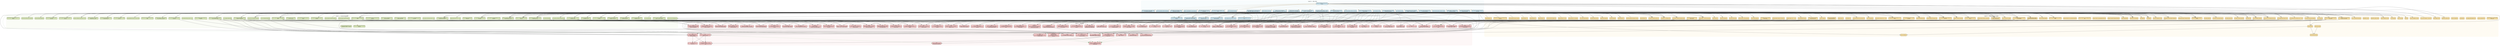
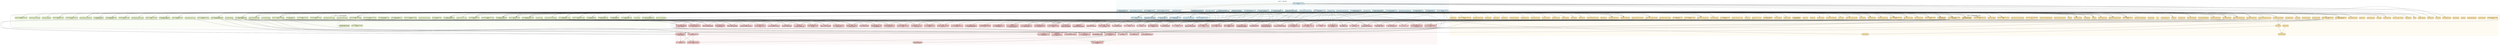
digraph audit_dependency_graph {
  rankdir=TB;
  splines=true;
  overlap=false;
  ranksep=1.2;
  nodesep=0.35;
  node [shape=box, style="filled,rounded", fontname="Helvetica", fontsize=9];
  edge [fontname="Helvetica", fontsize=7];
  subgraph cluster_L0 {
    label="Layer 0 — Raw data";
    style="rounded,filled"; color="#d0e8f288"; fillcolor="#d0e8f222";
    "L0:data.2023_statement_of_vote" [label="2023 Statement of Vote", fillcolor="#d0e8f2"];
    "L0:data.2015_statement_of_vote" [label="2015 Statement of Vote", fillcolor="#d0e8f2"];
    "L0:data.commission_final_report_2026" [label="2026 commission final report (majority +\nminority + chair addendum)", fillcolor="#d0e8f2"];
    "L0:data.commission_final_report_2017" [label="2017 commission final report", fillcolor="#d0e8f2"];
    "L0:data.commission_map_pngs" [label="Commission map PNGs (majority + minority,\nCalgary/Edmonton/overview/other cities)", fillcolor="#d0e8f2"];
    "L0:data.2019_ed_shapefile" [label="2019 Alberta electoral-division shapefile\n(87 EDs, Bill 33 enacted)", fillcolor="#d0e8f2"];
    "L0:data.2023_va_shapefile" [label="2023 Voting-Area polygon shapefile (4,765\nVAs)", fillcolor="#d0e8f2"];
    "L0:data.2021_das_gpkg" [label="2021 Dissemination-Area cartographic\nboundaries", fillcolor="#d0e8f2"];
    "L0:data.2021_csds_gpkg" [label="2021 Census Sub-Division cartographic\nboundaries", fillcolor="#d0e8f2"];
    "L0:data.2021_da_populations" [label="2021 DA populations (98-401-X2021006)", fillcolor="#d0e8f2"];
    "L0:data.2021_csd_populations" [label="2021 CSD populations (98-401-X2021005)", fillcolor="#d0e8f2"];
    "L0:data.statscan_1710000901" [label="StatsCan Table 17-10-0009 quarterly\npopulation estimates", fillcolor="#d0e8f2"];
    "L0:data.cochrane_journey_to_work" [label="StatsCan Table 98-10-0459 journey-to-work\n(Cochrane CSD)", fillcolor="#d0e8f2"];
    "L0:data.tbf_population_estimates" [label="Alberta TBF / Economic Dashboard\npopulation estimates", fillcolor="#d0e8f2"];
    "L0:data.338canada_snapshots" [label="338Canada Alberta per-riding projections\n(87-seat) + historical snapshots", fillcolor="#d0e8f2"];
    "L0:data.calgary_wards_geojson" [label="Calgary wards GeoJSON (14 ward polygons)", fillcolor="#d0e8f2"];
    "L0:data.submission_archive" [label="Commission public submissions archive\n(~1,340 submissions)", fillcolor="#d0e8f2"];
    "L0:data.commission_published_populations" [label="Commission-published per-ED populations\n(majority App A + minority App E)", fillcolor="#d0e8f2"];
    "L0:data.commission_rationales" [label="Commission minority rationale text\n(Appendix E prose)", fillcolor="#d0e8f2"];
    "L0:data.2019_ed_populations" [label="2019 ED populations (Appendix C legal\nbaseline)", fillcolor="#d0e8f2"];
    "L0:data.2019_election_results" [label="2019 Alberta provincial election results\n(attributed to 2019 EDs)", fillcolor="#d0e8f2"];
    "L0:data.2015_election_results" [label="2015 Alberta provincial election results", fillcolor="#d0e8f2"];
    "L0:data.byelections_2019_2026" [label="Alberta byelections 2019-2026", fillcolor="#d0e8f2"];
    "L0:data.commission_rationales_text" [label="2015-to-2019 boundary crosswalk (partial)", fillcolor="#d0e8f2"];
    "L0:data.commission_r5_addendum" [label="Chair Miller's Recommendation 5 (Majority\nReport addendum)", fillcolor="#d0e8f2"];
    "L0:data.news_coverage_april_2026" [label="News coverage of April 16, 2026 government\naction (CBC / Calgary Journal / Rimbey)", fillcolor="#d0e8f2"];
    "L0:data.ref_saskatchewan_1991" [label="Reference re Provincial Electoral\nBoundaries (Saskatchewan) [1991] 2 SCR 158", fillcolor="#d0e8f2"];
    "L0:data.electoral_boundaries_act" [label="Alberta Electoral Boundaries Commission\nAct (s.12, s.15, s.21)", fillcolor="#d0e8f2"];
    "L0:data.rizzo_rizzo_1998" [label="Rizzo & Rizzo Shoes Ltd. (Re) [1998] 1 SCR\n27 (purposive interpretation)", fillcolor="#d0e8f2"];
    "L0:data.338_historical_snapshots_dir" [label="338Canada pre-2023 reallocated snapshot\nCSVs", fillcolor="#d0e8f2"];
    "L0:data.school_division_boundaries" [label="Alberta Education school-division\nboundaries (R5 / R11 cross-reference)", fillcolor="#d0e8f2"];
    "L0:doc.frozen_manifest" [label="FROZEN_MANIFEST.md (reproducibility\nmanifest)", fillcolor="#d0e8f2"];
  }
  subgraph cluster_L1 {
    label="Layer 1 — Constructed data";
    style="rounded,filled"; color="#ddebbd88"; fillcolor="#ddebbd22";
    "L1:constructed.dpg_v0_1_canonical" [label="v0_1 canonical DPGs (majority + minority,\ntier-A/B/C hybrid)", fillcolor="#ddebbd"];
    "L1:constructed.dpg_v0_2_topoclean" [label="v0_2 topology-cleaned DPGs", fillcolor="#ddebbd"];
    "L1:constructed.dpg_v0_3_swept" [label="v0_3 pop-swept DPGs", fillcolor="#ddebbd"];
    "L1:constructed.dpg_v0_4_municipal" [label="v0_4 municipal-anchored DPGs", fillcolor="#ddebbd"];
    "L1:constructed.dpg_v0_5_da_anchored" [label="v0_5 DA-anchored DPGs", fillcolor="#ddebbd"];
    "L1:constructed.approximate_eds" [label="Approximate majority / minority 2026 EDs\n(direct-polygon tier)", fillcolor="#ddebbd"];
    "L1:constructed.refined_eds_v6" [label="Refined v6 majority / minority polygons\n(shape refinement chain)", fillcolor="#ddebbd"];
    "L1:constructed.derived_v7_eds" [label="Derived v7 minority / majority 2026 ED\npolygons", fillcolor="#ddebbd"];
    "L1:constructed.composite_eds" [label="Composite majority / minority polygons\n(v0_1 workflow precursor)", fillcolor="#ddebbd"];
    "L1:constructed.crosswalk_majority_full" [label="Majority 88-row full crosswalk (2019 →\n2026 EDs)", fillcolor="#ddebbd"];
    "L1:constructed.crosswalk_minority_full" [label="Minority 88-row full crosswalk (2019 →\n2026 EDs)", fillcolor="#ddebbd"];
    "L1:constructed.crosswalk_majority_hybrid" [label="Majority hybrid crosswalk (urban-weighted\nblend)", fillcolor="#ddebbd"];
    "L1:constructed.crosswalk_minority_hybrid" [label="Minority hybrid crosswalk (urban-weighted\nblend)", fillcolor="#ddebbd"];
    "L1:constructed.va_substrate_elecday" [label="VA vote substrate — Election-Day-only\n(pre-splat)", fillcolor="#ddebbd"];
    "L1:constructed.va_substrate_full" [label="VA vote substrate — full (election-day +\nadvance-vote splatted)", fillcolor="#ddebbd"];
    "L1:constructed.va_pop_from_das" [label="VA-level 2021 DA-weighted population", fillcolor="#ddebbd"];
    "L1:constructed.polls_2023_unified" [label="2023 polls unified (per-poll vote totals)", fillcolor="#ddebbd"];
    "L1:constructed.advance_vote_diag" [label="Advance-vote splat diagnostics", fillcolor="#ddebbd"];
    "L1:constructed.mcmc_ensemble_10k" [label="10k preliminary ReCom ensemble samples", fillcolor="#ddebbd"];
    "L1:constructed.mcmc_ensemble_100k" [label="100k publication-grade ReCom ensemble\nsamples + percentiles", fillcolor="#ddebbd"];
    "L1:constructed.mcmc_real_map_scores" [label="Real-map scores under ensemble baselines\n(v0_1/v2/full/full_100k)", fillcolor="#ddebbd"];
    "L1:constructed.mcmc_multichain" [label="3-chain ReCom multi-seed ensemble + R-hat\ndiagnostic", fillcolor="#ddebbd"];
    "L1:constructed.phase4b_pops" [label="Phase 4B per-2026-ED 2021 census\npopulations (majority + minority)", fillcolor="#ddebbd"];
    "L1:constructed.phase4c_votes" [label="Phase 4C per-2026-ED 2023 vote totals\n(centroid)", fillcolor="#ddebbd"];
    "L1:constructed.phase4c_votes_maup_v1" [label="Phase 4C MAUP-v1 area-weighted vote totals\n(v0_1 DPG)", fillcolor="#ddebbd"];
    "L1:constructed.phase4c_votes_maup_v2" [label="Phase 4C MAUP-v2 vote totals (on v0_2\ntopology-clean DPG)", fillcolor="#ddebbd"];
    "L1:constructed.phase4c_votes_maup_v05" [label="Phase 4C MAUP-v3 vote totals (on v0_5\nDA-anchored DPG)", fillcolor="#ddebbd"];
    "L1:constructed.phase4b_v05_pops" [label="Phase 4B v0_5 populations (DA-anchored\nDPG)", fillcolor="#ddebbd"];
    "L1:constructed.phase4f_validation" [label="Phase 4F validation deltas (commission vs\nPhase 4B)", fillcolor="#ddebbd"];
    "L1:constructed.phase4bcdef_summary" [label="Phase 4B/C/D/E/F execution summary JSON", fillcolor="#ddebbd"];
    "L1:constructed.va_to_2026_assignments" [label="VA-to-2026-ED assignments (centroid +\nMAUP)", fillcolor="#ddebbd"];
    "L1:constructed.phase4c_maup_summary" [label="Phase 4C MAUP summary JSON\n(v0_1/v0_2/v0_5)", fillcolor="#ddebbd"];
    "L1:constructed.municipal_anchoring_summary" [label="Municipal anchoring summary (v0_4)", fillcolor="#ddebbd"];
    "L1:constructed.da_anchoring_summary" [label="DA boundary anchoring summary (v0_5)", fillcolor="#ddebbd"];
    "L1:constructed.topology_cleanup_log" [label="Topology cleanup log (v0_1 → v0_2)", fillcolor="#ddebbd"];
    "L1:constructed.dpg_perturbation_flat" [label="DPG perturbation samples (flat ±500m)", fillcolor="#ddebbd"];
    "L1:constructed.dpg_perturbation_tiered" [label="DPG perturbation samples (tier-aware)", fillcolor="#ddebbd"];
    "L1:constructed.dpg_perturbation_tight" [label="DPG perturbation samples (tight\ntier-aware)", fillcolor="#ddebbd"];
    "L1:constructed.dpg_perturbation_v05" [label="DPG perturbation samples (v0_5 DA-anchored\nsubstrate)", fillcolor="#ddebbd"];
    "L1:constructed.compactness_scores" [label="Polsby-Popper compactness scores (v0_1 +\nrefined)", fillcolor="#ddebbd"];
    "L1:constructed.chen_rodden" [label="Chen-Rodden decomposition (pairwise +\nabsolute)", fillcolor="#ddebbd"];
    "L1:constructed.cross_election_asymmetry" [label="Cross-election asymmetry tables (3-way\n2015/2019/2023)", fillcolor="#ddebbd"];
    "L1:constructed.rural_gap_summary" [label="Rural gap dissection — smallest-10\nmajority/minority EDs", fillcolor="#ddebbd"];
    "L1:constructed.symmetry_counter_test" [label="Majority-symmetry counter-test (Edmonton\nzones + 4-way city splits)", fillcolor="#ddebbd"];
    "L1:constructed.csd_splits" [label="CSD community-of-interest splits", fillcolor="#ddebbd"];
    "L1:constructed.submission_search_results" [label="Submission archive keyword-search dataset\n+ findings", fillcolor="#ddebbd"];
    "L1:constructed.boundary_refinement_impact" [label="Boundary refinement impact CSVs (v2–v6)", fillcolor="#ddebbd"];
    "L1:constructed.338canada_reallocated" [label="338Canada reallocated to 2026 EDs\n(majority + minority)", fillcolor="#ddebbd"];
    "L1:constructed.canadian_base_rate" [label="Canadian redistribution base-rate\ncomparator (n=6)", fillcolor="#ddebbd"];
    "L1:constructed.marginal_seats" [label="Marginal-seats per-ED margins +\nuniform-swing flips", fillcolor="#ddebbd"];
    "L1:constructed.hybrid_adjacency" [label="Hybrid adjacent VAs (inter-ED boundary VA\nmapping)", fillcolor="#ddebbd"];
    "L1:constructed.tier_c_reference" [label="Tier-C parent-union reference + sweep\nsummary", fillcolor="#ddebbd"];
    "L1:constructed.max_dpi_extract" [label="Max-DPI commission-map extractions\n(bottleneck audit)", fillcolor="#ddebbd"];
  }
  subgraph cluster_L2 {
    label="Layer 2 — Measurement scripts";
    style="rounded,filled"; color="#fce4a788"; fillcolor="#fce4a722";
    "L2:derive_boundaries" [label="Shape derivation v7 (minority 89-ED\nderived set)", fillcolor="#fce4a7"];
    "L2:_fetch_osm_natural" [label="_fetch_osm_natural", fillcolor="#fce4a7"];
    "L2:advance_vote_sensitivity" [label="advance_vote_sensitivity", fillcolor="#fce4a7"];
    "L2:annotate_ensemble_seats_chart" [label="annotate_ensemble_seats_chart", fillcolor="#fce4a7"];
    "L2:article_figures" [label="article_figures", fillcolor="#fce4a7"];
    "L2:assignment_prep" [label="Phase 4C preparation", fillcolor="#fce4a7"];
    "L2:build_academic_html" [label="Build academic HTML", fillcolor="#fce4a7"];
+     "L2:build_academic_pdf" [label="build_academic_pdf", fillcolor="#fce4a7"];
    "L2:build_cover" [label="Build cover page", fillcolor="#fce4a7"];
    "L2:build_pdf" [label="Build PDF", fillcolor="#fce4a7"];
    "L2:check_voice_and_readability" [label="Voice and readability checker", fillcolor="#fce4a7"];
    "L2:chen_rodden_decomposition" [label="chen_rodden_decomposition", fillcolor="#fce4a7"];
    "L2:core_retention" [label="core_retention", fillcolor="#fce4a7"];
    "L2:cross_election" [label="cross_election", fillcolor="#fce4a7"];
    "L2:dependency_graph_build" [label="dependency_graph_build", fillcolor="#fce4a7"];
    "L2:dependency_graph_render" [label="dependency_graph_render", fillcolor="#fce4a7"];
    "L2:dependency_query" [label="dependency_query", fillcolor="#fce4a7"];
    "L2:electoral_forensics_population" [label="Electoral forensics — population equality\n(A1/A2/A2b)", fillcolor="#fce4a7"];
    "L2:extended_partisan_metrics" [label="extended_partisan_metrics", fillcolor="#fce4a7"];
    "L2:historical_eg_baseline" [label="historical_eg_baseline", fillcolor="#fce4a7"];
+     "L2:intermap_permutation_test" [label="intermap_permutation_test", fillcolor="#fce4a7"];
+     "L2:joint_outlier_score_canonical" [label="joint_outlier_score_canonical", fillcolor="#fce4a7"];
    "L2:mcmc_ensemble" [label="mcmc_ensemble", fillcolor="#fce4a7"];
+     "L2:mcmc_ensemble_canonical" [label="mcmc_ensemble_canonical", fillcolor="#fce4a7"];
    "L2:monte_carlo_ci" [label="v0_3 Monte Carlo CI (B-family 2000-sample\nsensitivity)", fillcolor="#fce4a7"];
    "L2:municipal_anchoring_2019_baseline" [label="municipal_anchoring_2019_baseline", fillcolor="#fce4a7"];
    "L2:municipal_splits" [label="municipal_splits", fillcolor="#fce4a7"];
    "L2:packing_cracking_analysis" [label="v0_2 packing/cracking analysis (symmetric\n3-map B2/B3/B4)", fillcolor="#fce4a7"];
    "L2:parse_2015_results" [label="Parse 2015 Statement of Vote", fillcolor="#fce4a7"];
    "L2:score_anchoring" [label="score_anchoring", fillcolor="#fce4a7"];
    "L2:score_hybridization" [label="score_hybridization", fillcolor="#fce4a7"];
    "L2:score_natural_anchoring" [label="score_natural_anchoring", fillcolor="#fce4a7"];
    "L2:seats_at_50_50_regional" [label="seats_at_50_50_regional", fillcolor="#fce4a7"];
+     "L2:simulation_convergence_diagnostics" [label="simulation_convergence_diagnostics", fillcolor="#fce4a7"];
    "L2:simulation_multichain_ensemble" [label="simulation_multichain_ensemble", fillcolor="#fce4a7"];
    "L2:simulation_short_bursts" [label="simulation_short_bursts", fillcolor="#fce4a7"];
    "L2:submission_search" [label="Submission archive keyword search", fillcolor="#fce4a7"];
+     "L2:submission_sentiment_llm_full" [label="submission_sentiment_llm_full", fillcolor="#fce4a7"];
+     "L2:szat" [label="szat", fillcolor="#fce4a7"];
    "L2:third_party_sensitivity" [label="third_party_sensitivity", fillcolor="#fce4a7"];
    "L2:v0_1_2015_cross_election" [label="2015 cross-election extension", fillcolor="#fce4a7"];
    "L2:v0_1_338canada_historical" [label="338Canada historical-snapshot reallocation", fillcolor="#fce4a7"];
    "L2:v0_1_338canada_reallocate" [label="338Canada reallocation (majority +\nminority)", fillcolor="#fce4a7"];
    "L2:v0_1_338canada_scraper" [label="338Canada scraper (87-seat per-riding)", fillcolor="#fce4a7"];
    "L2:v0_1_a1_legal_baseline_2021_census" [label="A1 legal-baseline against 2019 EDs + 2021\ncensus", fillcolor="#fce4a7"];
    "L2:v0_1_advance_vote_splat" [label="Advance-vote splat (apportion\nVote-Anywhere to VAs)", fillcolor="#fce4a7"];
    "L2:v0_1_airdrie_overlap_diagnostic" [label="Airdrie overlap diagnostic", fillcolor="#fce4a7"];
    "L2:v0_1_approximate_shape_analysis" [label="Approximate shape analysis", fillcolor="#fce4a7"];
    "L2:v0_1_assignment_va_attribution" [label="Phase 4C centroid-in-polygon attribution", fillcolor="#fce4a7"];
    "L2:v0_1_assignment_va_attribution_maup" [label="Phase 4C MAUP-v1 area-weighted attribution", fillcolor="#fce4a7"];
    "L2:v0_1_assignment_va_attribution_maup_v2" [label="Phase 4C MAUP-v2 on v0_2 topology-clean\nDPG", fillcolor="#fce4a7"];
    "L2:v0_1_assignment_va_attribution_maup_v3_v05" [label="Phase 4C MAUP-v3 on v0_5 DA-anchored DPG", fillcolor="#fce4a7"];
    "L2:v0_1_build_canonical_shapefiles" [label="Build canonical shapefiles (v0_1 canonical\nDPGs)", fillcolor="#fce4a7"];
    "L2:v0_1_build_composite_shapefiles" [label="Build composite shapefiles", fillcolor="#fce4a7"];
    "L2:v0_1_build_full_crosswalks" [label="Build 88-row full crosswalks", fillcolor="#fce4a7"];
    "L2:v0_1_build_overlay_figures" [label="Overlay figures v1", fillcolor="#fce4a7"];
    "L2:v0_1_canadian_base_rate_compute" [label="Canadian base-rate comparator compute", fillcolor="#fce4a7"];
    "L2:v0_1_canadian_base_rate_recalibrate" [label="Canadian base-rate recalibration\n(circular-inclusion fix)", fillcolor="#fce4a7"];
    "L2:v0_1_chen_rodden_alberta" [label="Chen-Rodden Alberta validation\n(neutral-ensemble decomposition)", fillcolor="#fce4a7"];
    "L2:v0_1_chen_rodden_decomposition" [label="Chen-Rodden pairwise + absolute\ndecomposition", fillcolor="#fce4a7"];
    "L2:v0_1_cross_election_rural_baseline" [label="Cross-election rural-baseline drift", fillcolor="#fce4a7"];
    "L2:v0_1_csd_community_splits" [label="CSD community-of-interest split analysis", fillcolor="#fce4a7"];
    "L2:v0_1_da_boundary_anchoring" [label="DA-boundary anchoring (v0_4 → v0_5)", fillcolor="#fce4a7"];
    "L2:v0_1_dpg_perturbation_sensitivity" [label="DPG perturbation sensitivity (flat ±500m)", fillcolor="#fce4a7"];
    "L2:v0_1_dpg_perturbation_sensitivity_v05" [label="DPG perturbation sensitivity (v0_5\nDA-anchored)", fillcolor="#fce4a7"];
    "L2:v0_1_dpg_perturbation_sensitivity_v2" [label="DPG perturbation sensitivity (tier-aware)", fillcolor="#fce4a7"];
    "L2:v0_1_dpg_perturbation_writeup" [label="DPG perturbation writeup generator", fillcolor="#fce4a7"];
    "L2:v0_1_edmonton_beaumont_polygon" [label="Edmonton-Beaumont polygon trace", fillcolor="#fce4a7"];
    "L2:v0_1_edmonton_beaumont_split" [label="Edmonton-Beaumont split", fillcolor="#fce4a7"];
    "L2:v0_1_generate_article_figures" [label="Article figures v3", fillcolor="#fce4a7"];
    "L2:v0_1_generate_overlay_figures" [label="Overlay figures v2", fillcolor="#fce4a7"];
    "L2:v0_1_generate_topological_boundaries" [label="Build canonical shapefiles v2\n(post-shape-refinement)", fillcolor="#fce4a7"];
    "L2:v0_1_justification_tests" [label="Justification tests (blended-crosswalk\nsanity)", fillcolor="#fce4a7"];
    "L2:v0_1_majority_symmetry_counter_test" [label="Majority-symmetry counter-test", fillcolor="#fce4a7"];
    "L2:v0_1_marginal_seats_analysis" [label="Marginal-seats + uniform-swing analysis", fillcolor="#fce4a7"];
    "L2:v0_1_max_dpi_extract" [label="Max-DPI extraction from commission PDF", fillcolor="#fce4a7"];
    "L2:v0_1_max_dpi_inspect" [label="Max-DPI inspection", fillcolor="#fce4a7"];
    "L2:v0_1_mcmc_ensemble" [label="10k ReCom ensemble (preliminary)", fillcolor="#fce4a7"];
    "L2:v0_1_mcmc_ensemble_100k" [label="100k ReCom ensemble (publication-grade)", fillcolor="#fce4a7"];
    "L2:v0_1_mcmc_full_coverage_rescore" [label="Full-coverage MCMC rescore", fillcolor="#fce4a7"];
    "L2:v0_1_mcmc_full_coverage_rescore_100k" [label="Full-coverage MCMC rescore (100k)", fillcolor="#fce4a7"];
    "L2:v0_1_mcmc_full_coverage_rescore_v2" [label="Full-coverage MCMC rescore v2 (spatial\nsubstrate)", fillcolor="#fce4a7"];
    "L2:v0_1_municipal_anchoring" [label="Municipal-boundary anchoring (v0_2 → v0_4)", fillcolor="#fce4a7"];
    "L2:v0_1_overlap_zone_diagnostic" [label="Overlap-zone diagnostic", fillcolor="#fce4a7"];
    "L2:v0_1_phase_4bcdef_execution" [label="Phase 4B/C/D/E/F execution pipeline", fillcolor="#fce4a7"];
    "L2:v0_1_phase_4bf_v05" [label="Phase 4B+4F execution on v0_5 DA-anchored\nsubstrate", fillcolor="#fce4a7"];
    "L2:v0_1_plan_b_rerun" [label="Plan-B population rerun (2021 census /\n2024 OSI / 2025 TBF)", fillcolor="#fce4a7"];
    "L2:v0_1_poll_attribution_skeleton" [label="Poll-to-VA attribution skeleton", fillcolor="#fce4a7"];
    "L2:v0_1_refine_boundaries" [label="Shape refinement v6", fillcolor="#fce4a7"];
    "L2:v0_1_rural_gap_dissection" [label="Rural gap dissection", fillcolor="#fce4a7"];
    "L2:v0_1_shape_refinement" [label="Shape refinement v1", fillcolor="#fce4a7"];
    "L2:v0_1_shape_refinement_v2" [label="Shape refinement v2", fillcolor="#fce4a7"];
    "L2:v0_1_shape_refinement_v3" [label="Shape refinement v3", fillcolor="#fce4a7"];
    "L2:v0_1_shape_refinement_v4" [label="Shape refinement v4", fillcolor="#fce4a7"];
    "L2:v0_1_shape_refinement_v5" [label="Shape refinement v5", fillcolor="#fce4a7"];
    "L2:v0_1_shape_refinement_v6_processors" [label="Shape refinement v6 processors", fillcolor="#fce4a7"];
    "L2:v0_1_shape_refinement_v6_writer" [label="Shape refinement v6 writer", fillcolor="#fce4a7"];
    "L2:v0_1_simulation_multichain_ensemble" [label="Multi-chain MCMC (3-seed R-hat)", fillcolor="#fce4a7"];
    "L2:v0_1_submission_ocr" [label="Submission OCR", fillcolor="#fce4a7"];
    "L2:v0_1_submission_ocr_analyze" [label="Submission OCR analyze", fillcolor="#fce4a7"];
    "L2:v0_1_tier_c_crops" [label="Tier-C crop generation", fillcolor="#fce4a7"];
    "L2:v0_1_topology_cleanup" [label="Topology cleanup (v0_1 → v0_2)", fillcolor="#fce4a7"];
    "L2:v0_1_track_l_drift" [label="Track-L population-drift analysis", fillcolor="#fce4a7"];
    "L2:v0_1_url_archival" [label="URL archival (Wayback + archive.ph)", fillcolor="#fce4a7"];
  }
  subgraph cluster_L3 {
    label="Layer 3 — Findings";
    style="rounded,filled"; color="#f2c6c688"; fillcolor="#f2c6c622";
    "L3:finding.a1_mad_majority_3180" [label="§5.1.1\nA1 — Majority 2026 MAD = 3,180", fillcolor="#f2c6c6"];
    "L3:finding.a1_mad_minority_4707" [label="§5.1.1\nA1 — Minority 2026 MAD = 4,707\n(48% wider than majority)", fillcolor="#f2c6c6"];
    "L3:finding.a1_positive_tail_minority" [label="§5.1.1\nA1 — Minority has 5 EDs above +15%\nfrom mean (majority has 0)", fillcolor="#f2c6c6"];
    "L3:finding.a1_plan_b_robustness" [label="§5.1.1\nA1 — All §5.1 verdicts identical\nunder 2021 census / 2024 OSI / 2025 TBF\nbases", fillcolor="#f2c6c6"];
    "L3:finding.a2_calgary_majority_0_36" [label="§5.1.2\nA2 — Majority Calgary Zone A-vs-B\ngap = +0.36%", fillcolor="#f2c6c6"];
    "L3:finding.a2_calgary_minority_12_20" [label="§5.1.2\nA2 — Minority Calgary Zone A-vs-B\ngap = +12.20%", fillcolor="#f2c6c6"];
    "L3:finding.a2_calgary_minority_robustness_7_71" [label="§5.1.2\nA2 — Minority Calgary gap 7.71%\nunder 2023-winner-based rule (G4\nrobustness)", fillcolor="#f2c6c6"];
    "L3:finding.a2b_rural_minority_smaller" [label="§5.1.3\nA2b — Minority rest-of-province\nmean 50,336 (3.9% lower than majority)", fillcolor="#f2c6c6"];
    "L3:finding.a3_s15_2_all_pass" [label="§5.1.4\nA3 — All 6 s.15(2) invocations\npass the 3-of-5 statutory threshold under\ncorrected thresholds", fillcolor="#f2c6c6"];
    "L3:finding.a3_rmh_banff_engineered" [label="§5.1.4/5.3.3\nEngineered-boundary\nsignature: RMH-Banff Park (park extension\nchosen over populated alternatives)", fillcolor="#f2c6c6"];
    "L3:finding.b2_eg_2019_minus_2_64" [label="§5.2.1\nB2 — 2019 baseline efficiency gap\n= −2.64%", fillcolor="#f2c6c6"];
    "L3:finding.b2_eg_majority_minus_1_29" [label="§5.2.1\nB2 — Majority 2026 efficiency gap\n= −1.29% (central w=0.85)", fillcolor="#f2c6c6"];
    "L3:finding.b2_eg_minority_minus_2_71" [label="§5.2.1\nB2 — Minority 2026 efficiency gap\n= −2.71% (central w=0.85)", fillcolor="#f2c6c6"];
    "L3:finding.b2_asymmetry_minus_1_42" [label="§5.2.1\nB2 — Minority-majority EG\nasymmetry = −1.42 pp at central weight\n(crosswalk reading)", fillcolor="#f2c6c6"];
    "L3:finding.b2_eg_sensitivity_range_0_49_1_50" [label="§5.2.2\nB2 — Sensitivity range 0.49–1.50\npp across urban weights 0.60-0.90", fillcolor="#f2c6c6"];
    "L3:finding.b2_canadian_base_rate_67th" [label="§5.2.1\nCanadian redistribution base-rate\n— Alberta 2025-26 at 67th percentile of\nn=6 comparator", fillcolor="#f2c6c6"];
    "L3:finding.b3_mean_median_majority" [label="§5.2.1\nB3 — Majority 2026 mean-median gap\n= −0.16 pp", fillcolor="#f2c6c6"];
    "L3:finding.b3_mean_median_minority" [label="§5.2.1\nB3 — Minority 2026 mean-median gap\n= −0.34 pp", fillcolor="#f2c6c6"];
    "L3:finding.b4_seats_at_50_majority" [label="§5.2.1\nB4 — Majority 2026 NDP seats at\n50/50 uniform swing = 44", fillcolor="#f2c6c6"];
    "L3:finding.b4_seats_at_50_minority" [label="§5.2.1\nB4 — Minority 2026 NDP seats at\n50/50 = 42", fillcolor="#f2c6c6"];
    "L3:finding.b6_declination_minority_lowest" [label="§5.2.4\nB6 — Declination shows minority is\nleast UCP-favourable (disagrees with\nB2/B3/B4)", fillcolor="#f2c6c6"];
    "L3:finding.b2_monte_carlo_ci_crosses_zero" [label="§5.2.3\nB2 — 95% Monte Carlo CI [−3.04,\n+0.76] pp (crosses zero); 90.5% same sign", fillcolor="#f2c6c6"];
    "L3:finding.b2_reversal_2019_votes" [label="§5.2.3\nB2 — Direction flips to +0.75 pp\nunder 2019 votes; near-zero under 2015\nvotes", fillcolor="#f2c6c6"];
    "L3:finding.b_338_direction_state_dependent" [label="§5.2.3\nB-family — 1-seat gap direction is\nstate-dependent (UCP-landslide flips it)", fillcolor="#f2c6c6"];
    "L3:finding.b_byelection_assessment" [label="§5.2.3\nB — Byelection coverage too sparse\n+ candidate-specific to enter RT3 (6 of 87\nEDs)", fillcolor="#f2c6c6"];
    "L3:finding.b2_chen_rodden_direction_validated" [label="§5.2.5\nChen-Rodden direction prediction\nvalidates for Alberta (2019 baseline at\ncentre of neutral distribution)", fillcolor="#f2c6c6"];
    "L3:finding.b2_chen_rodden_mechanism_fails" [label="§5.2.5\nChen-Rodden mechanism prediction\nfails: UCP is the more-packed party (15.9%\nvs 9.3% surplus)", fillcolor="#f2c6c6"];
    "L3:finding.b2_chen_rodden_pairwise_100_drawing" [label="§5.2.5\nChen-Rodden pairwise decomposition\n— minority-vs-majority gap is 100%\ndrawing, 0% geography", fillcolor="#f2c6c6"];
    "L3:finding.b2_chen_rodden_absolute_draw_components" [label="§5.2.5\nAbsolute Chen-Rodden EG drawing\ncomponents: 2019 −4.12, Majority −3.81,\nMinority +0.34 pp", fillcolor="#f2c6c6"];
    "L3:finding.b2_chen_rodden_minority_seats_5_75" [label="§5.2.5\nMinority adds +5.75 pp NDP\nresponsiveness at 50/50 via asymmetric\ndrawing", fillcolor="#f2c6c6"];
    "L3:finding.b_marginal_seats_1_5pp_swing" [label="§5.2.6\n1.5 pp uniform swing flips 6 seats\ntoward UCP + 4 toward NDP on 2023 results", fillcolor="#f2c6c6"];
    "L3:finding.b_marginal_seats_14_of_87" [label="§5.2.6\n14 of 87 ridings within 3 pp\ntwo-party margin in 2023", fillcolor="#f2c6c6"];
    "L3:finding.b2_crosswalk_reading" [label="§5.2.7\nCrosswalk reading —\nminority-majority asymmetry = −1.42 pp\n(minority more UCP-favourable)", fillcolor="#f2c6c6"];
    "L3:finding.b2_spatial_reading_positive_4_15" [label="§5.2.7\nHigh-resolution spatial reading —\nasymmetry = +4.15 pp (minority more\nNDP-favourable)", fillcolor="#f2c6c6"];
    "L3:finding.b2_maup_v1_topology_artefact" [label="§5.2.7\nMAUP-v1 −1.12 pp → +3.35 pp under\ntopology cleanup (artefact exposed)", fillcolor="#f2c6c6"];
    "L3:finding.b2_topology_cleanup_overlap_km2" [label="§5.2.7\nTopology cleanup — 2,754 km²\nmajority / 16,734 km² minority inter-ED\noverlap (96 pairs)", fillcolor="#f2c6c6"];
    "L3:finding.b2_perturbation_flat_ci" [label="§5.2.7\nDPG perturbation flat-±500m 90% CI\n[+1.69, +7.67] pp (200/200 positive)", fillcolor="#f2c6c6"];
    "L3:finding.b2_perturbation_tiered_ci" [label="§5.2.7\nDPG perturbation tier-aware 90% CI\n[+2.76, +7.62] pp (200/200 positive)", fillcolor="#f2c6c6"];
    "L3:finding.b2_perturbation_tight_ci" [label="§5.2.7\nDPG perturbation tight tier-aware\n90% CI [+2.89, +6.48] pp", fillcolor="#f2c6c6"];
    "L3:finding.b2_v05_signflip" [label="§5.2.7\nv0_5 DA-anchored MAUP rerun — sign\nflip to −3.64 pp (DPG-construction\ndominant)", fillcolor="#f2c6c6"];
    "L3:finding.b2_dpi_ceiling" [label="§5.2.7\nCommission-map DPI ceiling —\nnative 300-388 DPI is bottleneck, not scan\nresolution", fillcolor="#f2c6c6"];
    "L3:finding.b2_core_margin_insulation" [label="§5.2.7\nCore-vs-Margin insulation test —\ndisagreement is systematic, not a swing-VA\nartefact", fillcolor="#f2c6c6"];
    "L3:finding.packing_minority_calgary_zone_a" [label="§5.3.1\nPacking signature detected —\nMinority Calgary Zone A (P1/P2/P3 pass)", fillcolor="#f2c6c6"];
    "L3:finding.packing_not_majority_calgary" [label="§5.3.1\nPacking signature NOT detected on\nmajority Calgary (P1 fails)", fillcolor="#f2c6c6"];
    "L3:finding.cracking_minority_airdrie" [label="§5.3.2\nCracking signature detected —\nMinority Airdrie 4-way split (C1/C2/C3\npass)", fillcolor="#f2c6c6"];
    "L3:finding.cracking_cochrane_c3_fails" [label="§5.3.2\nCochrane cracking-adjacent: C1/C2\npass, C3 fails (pattern but not formal\nsignature)", fillcolor="#f2c6c6"];
    "L3:finding.signatures_summary_three_minority" [label="§5.3.4\nThree formal signatures, all\nconcentrated in minority map (majority\ndetects zero)", fillcolor="#f2c6c6"];
    "L3:finding.mcmc_minority_mean_median_p95" [label="§5.4\nMinority 2026 at p95.35 on\nmean-median (UCP-favoured tail,\nESS-downgraded)", fillcolor="#f2c6c6"];
    "L3:finding.mcmc_minority_declination_p1_6" [label="§5.4\nMinority 2026 at p1.6 on declination\n(NDP-favoured tail)", fillcolor="#f2c6c6"];
    "L3:finding.mcmc_structural_floor" [label="§5.4\nEnsemble median mean-median =\n−0.019, seats-at-50/50 = 0.448 —\nstructural UCP floor", fillcolor="#f2c6c6"];
    "L3:finding.mcmc_multichain_rhat" [label="§5.4\nMulti-chain R-hat < 1.01 on 3/4\nmetrics, 1.0099 on mean-median (strict\npublication-grade)", fillcolor="#f2c6c6"];
    "L3:finding.mcmc_ess_150_downgrade" [label="§5.4\nTail claims downgraded — ESS ~150\nper metric bounds p100/p1.6 to p95.35/p2.5", fillcolor="#f2c6c6"];
    "L3:finding.mcmc_10k_flag_retraction" [label="§5.4\n10k-era 2019 mean-median + Majority\nseats-at-50/50 flags retracted under\nfull-coverage rescore", fillcolor="#f2c6c6"];
    "L3:finding.checklist_minority_3_sig_plus_mcmc" [label="§5.5\nPre-registered checklist — minority\nhas 3 signatures + MCMC outlier; majority\nhas 0", fillcolor="#f2c6c6"];
    "L3:finding.checklist_neither_crosses_sure_sign" [label="§5.5\nNeither 2026 map crosses the\nsure-sign-gerrymander bar", fillcolor="#f2c6c6"];
    "L3:finding.symmetry_edmonton_no_zone_gap" [label="§5.6\nSymmetry counter-test 1 — Edmonton\nzone gap (+2.0 pp maj / +1.4 pp min) <<\nCalgary 12.2 pp", fillcolor="#f2c6c6"];
    "L3:finding.symmetry_lethbridge_red_deer_4way" [label="§5.6\nSymmetry counter-test 2 — Lethbridge\n+ Red Deer 4-way splits found in minority,\n2-way in majority", fillcolor="#f2c6c6"];
    "L3:finding.rt2_b_family_three_of_four" [label="§5.7\nRT2 — B2/B3/B4 agree on direction;\nB6 declination opposes (mixed pass)", fillcolor="#f2c6c6"];
    "L3:finding.rt7_flag_pass_minority_only" [label="§5.7\nRT7 — MCMC outlier flag-pass on\nminority only", fillcolor="#f2c6c6"];
    "L3:finding.c_visual_three_anomalies_minority" [label="§5.8.1/5.8.2\nThree visible spatial\nanomalies on minority\n(Nolan-Hill-Cochrane, RMH-Banff Park,\nOlds-TH-D)", fillcolor="#f2c6c6"];
    "L3:finding.c_majority_calgary_symmetric" [label="§5.8.3\nMajority Calgary hybrids — no\nvisible anomaly (symmetric check)", fillcolor="#f2c6c6"];
    "L3:finding.c4_csd_splits_null_symmetric" [label="§5.8.4\nCSD-level split count — null\nsymmetric across three maps (40-66 splits\neach)", fillcolor="#f2c6c6"];
    "L3:finding.c5_municipal_anchoring_asymmetry" [label="§5.8.5\nMunicipal-anchoring — majority\n71.0% vs minority 14.5% (4.9× asymmetry)", fillcolor="#f2c6c6"];
    "L3:finding.c5_da_anchoring_extension" [label="§5.8.5\nDA-anchoring extension — combined\n79.6% majority vs 16.5% minority (5.1×\nasymmetry preserved)", fillcolor="#f2c6c6"];
    "L3:finding.c_shared_schools_refuted" [label="§5.8.5\nShared-schools\ncommunity-of-interest claim refuted (R5 +\nR11); 20 of 21 minority hybrids cross\nschool-division boundaries", fillcolor="#f2c6c6"];
    "L3:finding.c_cochrane_commuter_partial" [label="§5.8.5\nCochrane commuter-tie — partial\nsupport (35.8% commute to Calgary CY;\nsub-neighbourhood not testable)", fillcolor="#f2c6c6"];
    "L3:finding.d_commission_3_2_split" [label="§5.9.1\nCommission tabled divided final\nreport (3-2, chair + opposition-nominated\nmajority)", fillcolor="#f2c6c6"];
    "L3:finding.d_motion_19_passed" [label="§5.9.2\nMotion 19 passed 44-36 on April\n16, 2026 — Select Committee established,\nno public hearings on draft", fillcolor="#f2c6c6"];
    "L3:finding.d_r5_chair_only_not_majority" [label="§5.9.2\nR5 is chair Miller's personal\nrecommendation, not commission-majority\ncollective", fillcolor="#f2c6c6"];
    "L3:finding.d_motion_19_most_gov_controlled" [label="§5.9.3\nApril 16 action is most\ngovernment-controlled among 3 Canadian\ncomparator cases", fillcolor="#f2c6c6"];
    "L3:finding.d2_chair_claim_partially_refuted" [label="§5.9.4\nChair's 'no public support'\nAppendix C claim partially refuted\n(RMH-Banff, ODH, Chestermere)", fillcolor="#f2c6c6"];
    "L3:finding.d2_airdrie_nolan_hill_no_support" [label="§5.9.4\nChair claim stands for Airdrie\n4-way + Nolan-Hill-Cochrane (no public\nsupport)", fillcolor="#f2c6c6"];
    "L3:finding.d5_effective_representation_not_adjudicated" [label="§5.9.5\nReference re Saskatchewan\neffective-representation frame set out but\nnot adjudicated", fillcolor="#f2c6c6"];
    "L3:finding.synthesis_six_dimensions" [label="§6\nSynthesis — six independent dimensions\npoint same direction (minority more\nUCP-favorable)", fillcolor="#f2c6c6"];
  }
  "L2:_fetch_osm_natural" -> "L2:score_natural_anchoring" [style=solid, color="#333333"];
+   "L0:doc.frozen_manifest" -> "L2:build_academic_pdf" [style=solid, color="#333333"];
  "L1:constructed.mcmc_ensemble_100k" -> "L2:chen_rodden_decomposition" [style=solid, color="#333333"];
  "L0:data.2019_ed_shapefile" -> "L2:core_retention" [style=solid, color="#333333"];
  "L0:data.2019_ed_shapefile" -> "L2:cross_election" [style=solid, color="#333333"];
  "L0:data.2019_election_results" -> "L2:cross_election" [style=solid, color="#333333"];
  "L0:data.2015_election_results" -> "L2:cross_election" [style=solid, color="#333333"];
  "L0:data.commission_rationales_text" -> "L2:cross_election" [style=solid, color="#333333"];
  "L0:doc.frozen_manifest" -> "L2:dependency_graph_build" [style=solid, color="#333333"];
  "L1:constructed.mcmc_ensemble_100k" -> "L2:extended_partisan_metrics" [style=solid, color="#333333"];
  "L0:data.2023_statement_of_vote" -> "L2:historical_eg_baseline" [style=solid, color="#333333"];
  "L0:data.2015_statement_of_vote" -> "L2:historical_eg_baseline" [style=solid, color="#333333"];
  "L1:constructed.va_substrate_elecday" -> "L2:mcmc_ensemble" [style=solid, color="#333333"];
  "L0:data.2019_ed_shapefile" -> "L2:municipal_anchoring_2019_baseline" [style=solid, color="#333333"];
  "L0:data.2021_csds_gpkg" -> "L2:municipal_anchoring_2019_baseline" [style=solid, color="#333333"];
  "L0:data.2021_csds_gpkg" -> "L2:municipal_splits" [style=solid, color="#333333"];
  "L2:score_anchoring" -> "L2:score_hybridization" [style=solid, color="#333333"];
  "L2:municipal_anchoring_2019_baseline" -> "L2:score_anchoring" [style=solid, color="#333333"];
  "L0:data.2021_csds_gpkg" -> "L2:score_anchoring" [style=solid, color="#333333"];
  "L0:data.2021_csds_gpkg" -> "L2:score_hybridization" [style=solid, color="#333333"];
  "L2:score_anchoring" -> "L2:score_natural_anchoring" [style=solid, color="#333333"];
  "L0:data.2019_election_results" -> "L2:seats_at_50_50_regional" [style=solid, color="#333333"];
  "L1:constructed.va_substrate_elecday" -> "L2:simulation_multichain_ensemble" [style=solid, color="#333333"];
  "L1:constructed.va_pop_from_das" -> "L2:simulation_multichain_ensemble" [style=solid, color="#333333"];
  "L0:data.commission_published_populations" -> "L2:electoral_forensics_population" [style=solid, color="#333333"];
  "L0:data.2023_statement_of_vote" -> "L2:packing_cracking_analysis" [style=solid, color="#333333"];
  "L1:constructed.crosswalk_majority_hybrid" -> "L2:packing_cracking_analysis" [style=solid, color="#333333"];
  "L1:constructed.crosswalk_minority_hybrid" -> "L2:packing_cracking_analysis" [style=solid, color="#333333"];
  "L0:data.2023_statement_of_vote" -> "L2:monte_carlo_ci" [style=solid, color="#333333"];
  "L1:constructed.crosswalk_majority_hybrid" -> "L2:monte_carlo_ci" [style=solid, color="#333333"];
  "L1:constructed.crosswalk_minority_hybrid" -> "L2:monte_carlo_ci" [style=solid, color="#333333"];
  "L0:data.2023_va_shapefile" -> "L2:v0_1_mcmc_ensemble" [style=solid, color="#333333"];
  "L1:constructed.va_pop_from_das" -> "L2:v0_1_mcmc_ensemble" [style=solid, color="#333333"];
  "L2:v0_1_mcmc_ensemble" -> "L1:constructed.mcmc_ensemble_10k" [style=solid, color="#333333"];
  "L0:data.2023_va_shapefile" -> "L2:v0_1_mcmc_ensemble_100k" [style=solid, color="#333333"];
  "L1:constructed.va_pop_from_das" -> "L2:v0_1_mcmc_ensemble_100k" [style=solid, color="#333333"];
  "L2:v0_1_mcmc_ensemble_100k" -> "L1:constructed.mcmc_ensemble_100k" [style=solid, color="#333333"];
  "L1:constructed.mcmc_ensemble_100k" -> "L2:v0_1_mcmc_full_coverage_rescore_100k" [style=solid, color="#333333"];
  "L1:constructed.crosswalk_majority_full" -> "L2:v0_1_mcmc_full_coverage_rescore_100k" [style=solid, color="#333333"];
  "L1:constructed.crosswalk_minority_full" -> "L2:v0_1_mcmc_full_coverage_rescore_100k" [style=solid, color="#333333"];
  "L2:v0_1_mcmc_full_coverage_rescore_100k" -> "L1:constructed.mcmc_real_map_scores" [style=solid, color="#333333"];
  "L0:data.2023_statement_of_vote" -> "L2:v0_1_advance_vote_splat" [style=solid, color="#333333"];
  "L1:constructed.va_substrate_elecday" -> "L2:v0_1_advance_vote_splat" [style=solid, color="#333333"];
  "L2:v0_1_advance_vote_splat" -> "L1:constructed.va_substrate_full" [style=solid, color="#333333"];
  "L2:v0_1_advance_vote_splat" -> "L1:constructed.advance_vote_diag" [style=solid, color="#333333"];
  "L0:data.2015_statement_of_vote" -> "L2:parse_2015_results" [style=solid, color="#333333"];
  "L2:parse_2015_results" -> "L0:data.2015_election_results" [style=solid, color="#333333"];
  "L0:data.2023_statement_of_vote" -> "L2:v0_1_chen_rodden_alberta" [style=solid, color="#333333"];
  "L0:data.2019_ed_shapefile" -> "L2:v0_1_chen_rodden_alberta" [style=solid, color="#333333"];
  "L2:v0_1_chen_rodden_alberta" -> "L1:constructed.chen_rodden" [style=solid, color="#333333"];
  "L0:data.2021_csds_gpkg" -> "L2:v0_1_csd_community_splits" [style=solid, color="#333333"];
  "L0:data.2019_ed_shapefile" -> "L2:v0_1_csd_community_splits" [style=solid, color="#333333"];
  "L1:constructed.dpg_v0_1_canonical" -> "L2:v0_1_csd_community_splits" [style=solid, color="#333333"];
  "L2:v0_1_csd_community_splits" -> "L1:constructed.csd_splits" [style=solid, color="#333333"];
  "L0:data.338_historical_snapshots_dir" -> "L2:v0_1_338canada_historical" [style=solid, color="#333333"];
  "L0:data.338canada_snapshots" -> "L2:v0_1_338canada_historical" [style=solid, color="#333333"];
  "L0:data.338canada_snapshots" -> "L2:v0_1_338canada_reallocate" [style=solid, color="#333333"];
  "L1:constructed.crosswalk_majority_hybrid" -> "L2:v0_1_338canada_reallocate" [style=solid, color="#333333"];
  "L1:constructed.crosswalk_minority_hybrid" -> "L2:v0_1_338canada_reallocate" [style=solid, color="#333333"];
  "L2:v0_1_338canada_reallocate" -> "L1:constructed.338canada_reallocated" [style=solid, color="#333333"];
  "L2:v0_1_canadian_base_rate_compute" -> "L1:constructed.canadian_base_rate" [style=solid, color="#333333"];
  "L2:v0_1_canadian_base_rate_recalibrate" -> "L1:constructed.canadian_base_rate" [style=solid, color="#333333"];
  "L0:data.2023_statement_of_vote" -> "L2:v0_1_marginal_seats_analysis" [style=solid, color="#333333"];
  "L0:data.2019_election_results" -> "L2:v0_1_marginal_seats_analysis" [style=solid, color="#333333"];
  "L0:data.2015_election_results" -> "L2:v0_1_marginal_seats_analysis" [style=solid, color="#333333"];
  "L2:v0_1_marginal_seats_analysis" -> "L1:constructed.marginal_seats" [style=solid, color="#333333"];
  "L0:data.2015_election_results" -> "L2:v0_1_2015_cross_election" [style=solid, color="#333333"];
  "L0:data.commission_rationales_text" -> "L2:v0_1_2015_cross_election" [style=solid, color="#333333"];
  "L2:v0_1_2015_cross_election" -> "L1:constructed.cross_election_asymmetry" [style=solid, color="#333333"];
  "L0:data.2021_da_populations" -> "L2:v0_1_a1_legal_baseline_2021_census" [style=solid, color="#333333"];
  "L0:data.2019_ed_shapefile" -> "L2:v0_1_a1_legal_baseline_2021_census" [style=solid, color="#333333"];
  "L2:v0_1_a1_legal_baseline_2021_census" -> "L0:data.2019_ed_populations" [style=solid, color="#333333"];
  "L0:data.2021_da_populations" -> "L2:v0_1_plan_b_rerun" [style=solid, color="#333333"];
  "L0:data.tbf_population_estimates" -> "L2:v0_1_plan_b_rerun" [style=solid, color="#333333"];
  "L0:data.statscan_1710000901" -> "L2:v0_1_plan_b_rerun" [style=solid, color="#333333"];
  "L0:data.commission_published_populations" -> "L2:v0_1_rural_gap_dissection" [style=solid, color="#333333"];
  "L2:v0_1_rural_gap_dissection" -> "L1:constructed.rural_gap_summary" [style=solid, color="#333333"];
  "L0:data.commission_published_populations" -> "L2:v0_1_majority_symmetry_counter_test" [style=solid, color="#333333"];
  "L0:data.2021_csd_populations" -> "L2:v0_1_majority_symmetry_counter_test" [style=solid, color="#333333"];
  "L2:v0_1_majority_symmetry_counter_test" -> "L1:constructed.symmetry_counter_test" [style=solid, color="#333333"];
  "L0:data.submission_archive" -> "L2:submission_search" [style=solid, color="#333333"];
  "L2:submission_search" -> "L1:constructed.submission_search_results" [style=solid, color="#333333"];
  "L2:v0_1_url_archival" -> "L0:doc.frozen_manifest" [style=solid, color="#333333"];
  "L0:data.commission_final_report_2026" -> "L2:v0_1_max_dpi_extract" [style=solid, color="#333333"];
  "L2:v0_1_max_dpi_extract" -> "L1:constructed.max_dpi_extract" [style=solid, color="#333333"];
  "L1:constructed.max_dpi_extract" -> "L2:v0_1_max_dpi_inspect" [style=solid, color="#333333"];
  "L1:constructed.approximate_eds" -> "L2:v0_1_build_canonical_shapefiles" [style=solid, color="#333333"];
  "L1:constructed.refined_eds_v6" -> "L2:v0_1_build_canonical_shapefiles" [style=solid, color="#333333"];
  "L1:constructed.derived_v7_eds" -> "L2:v0_1_build_canonical_shapefiles" [style=solid, color="#333333"];
  "L2:v0_1_build_canonical_shapefiles" -> "L1:constructed.dpg_v0_1_canonical" [style=solid, color="#333333"];
  "L0:data.2019_ed_shapefile" -> "L2:v0_1_build_full_crosswalks" [style=solid, color="#333333"];
  "L1:constructed.dpg_v0_1_canonical" -> "L2:v0_1_build_full_crosswalks" [style=solid, color="#333333"];
  "L2:v0_1_build_full_crosswalks" -> "L1:constructed.crosswalk_majority_full" [style=solid, color="#333333"];
  "L2:v0_1_build_full_crosswalks" -> "L1:constructed.crosswalk_minority_full" [style=solid, color="#333333"];
  "L1:constructed.crosswalk_majority_hybrid" -> "L2:v0_1_build_full_crosswalks" [style=solid, color="#333333"];
  "L1:constructed.crosswalk_minority_hybrid" -> "L2:v0_1_build_full_crosswalks" [style=solid, color="#333333"];
  "L1:constructed.approximate_eds" -> "L2:v0_1_shape_refinement" [style=solid, color="#333333"];
  "L2:v0_1_shape_refinement" -> "L1:constructed.boundary_refinement_impact" [style=solid, color="#333333"];
  "L2:v0_1_shape_refinement_v2" -> "L1:constructed.boundary_refinement_impact" [style=solid, color="#333333"];
  "L2:v0_1_shape_refinement_v3" -> "L1:constructed.boundary_refinement_impact" [style=solid, color="#333333"];
  "L2:v0_1_shape_refinement_v4" -> "L1:constructed.boundary_refinement_impact" [style=solid, color="#333333"];
  "L2:v0_1_shape_refinement_v5" -> "L1:constructed.boundary_refinement_impact" [style=solid, color="#333333"];
  "L2:v0_1_shape_refinement_v6_processors" -> "L1:constructed.refined_eds_v6" [style=solid, color="#333333"];
  "L2:v0_1_shape_refinement_v6_writer" -> "L1:constructed.refined_eds_v6" [style=solid, color="#333333"];
  "L1:constructed.approximate_eds" -> "L2:v0_1_build_composite_shapefiles" [style=solid, color="#333333"];
  "L1:constructed.refined_eds_v6" -> "L2:v0_1_build_composite_shapefiles" [style=solid, color="#333333"];
  "L2:v0_1_build_composite_shapefiles" -> "L1:constructed.composite_eds" [style=solid, color="#333333"];
  "L2:v0_1_338canada_scraper" -> "L0:data.338canada_snapshots" [style=solid, color="#333333"];
  "L1:constructed.dpg_v0_1_canonical" -> "L2:v0_1_airdrie_overlap_diagnostic" [style=solid, color="#333333"];
  "L2:v0_1_airdrie_overlap_diagnostic" -> "L1:constructed.hybrid_adjacency" [style=solid, color="#333333"];
  "L1:constructed.dpg_v0_1_canonical" -> "L2:v0_1_overlap_zone_diagnostic" [style=solid, color="#333333"];
  "L2:v0_1_overlap_zone_diagnostic" -> "L1:constructed.topology_cleanup_log" [style=solid, color="#333333"];
  "L0:data.commission_map_pngs" -> "L2:v0_1_edmonton_beaumont_polygon" [style=solid, color="#333333"];
  "L2:v0_1_edmonton_beaumont_polygon" -> "L1:constructed.derived_v7_eds" [style=solid, color="#333333"];
  "L0:data.2021_csds_gpkg" -> "L2:v0_1_edmonton_beaumont_split" [style=solid, color="#333333"];
  "L2:v0_1_edmonton_beaumont_split" -> "L1:constructed.derived_v7_eds" [style=solid, color="#333333"];
  "L1:constructed.approximate_eds" -> "L2:v0_1_approximate_shape_analysis" [style=solid, color="#333333"];
  "L0:data.commission_map_pngs" -> "L2:v0_1_approximate_shape_analysis" [style=solid, color="#333333"];
  "L0:data.commission_final_report_2026" -> "L2:v0_1_tier_c_crops" [style=solid, color="#333333"];
  "L2:v0_1_tier_c_crops" -> "L1:constructed.tier_c_reference" [style=solid, color="#333333"];
  "L0:data.tbf_population_estimates" -> "L2:v0_1_track_l_drift" [style=solid, color="#333333"];
  "L0:data.statscan_1710000901" -> "L2:v0_1_track_l_drift" [style=solid, color="#333333"];
  "L0:data.2015_election_results" -> "L2:v0_1_cross_election_rural_baseline" [style=solid, color="#333333"];
  "L0:data.2019_election_results" -> "L2:v0_1_cross_election_rural_baseline" [style=solid, color="#333333"];
  "L0:data.2023_statement_of_vote" -> "L2:v0_1_cross_election_rural_baseline" [style=solid, color="#333333"];
  "L2:v0_1_cross_election_rural_baseline" -> "L1:constructed.cross_election_asymmetry" [style=solid, color="#333333"];
  "L0:data.2023_statement_of_vote" -> "L2:v0_1_justification_tests" [style=solid, color="#333333"];
  "L2:v0_1_justification_tests" -> "L1:constructed.marginal_seats" [style=solid, color="#333333"];
  "L0:data.2023_statement_of_vote" -> "L2:v0_1_poll_attribution_skeleton" [style=solid, color="#333333"];
  "L2:v0_1_poll_attribution_skeleton" -> "L1:constructed.polls_2023_unified" [style=solid, color="#333333"];
  "L1:constructed.mcmc_ensemble_10k" -> "L2:v0_1_mcmc_full_coverage_rescore" [style=solid, color="#333333"];
  "L2:v0_1_mcmc_full_coverage_rescore" -> "L1:constructed.mcmc_real_map_scores" [style=solid, color="#333333"];
  "L0:data.submission_archive" -> "L2:v0_1_submission_ocr" [style=solid, color="#333333"];
  "L2:v0_1_submission_ocr" -> "L1:constructed.submission_search_results" [style=solid, color="#333333"];
  "L1:constructed.submission_search_results" -> "L2:v0_1_submission_ocr_analyze" [style=solid, color="#333333"];
  "L1:constructed.dpg_v0_1_canonical" -> "L2:v0_1_build_overlay_figures" [style=solid, color="#333333"];
  "L1:constructed.dpg_perturbation_flat" -> "L2:v0_1_dpg_perturbation_writeup" [style=solid, color="#333333"];
  "L1:constructed.dpg_perturbation_tiered" -> "L2:v0_1_dpg_perturbation_writeup" [style=solid, color="#333333"];
  "L2:v0_1_phase_4bcdef_execution" -> "L1:constructed.phase4bcdef_summary" [style=solid, color="#333333"];
  "L2:v0_1_phase_4bf_v05" -> "L1:constructed.phase4b_v05_pops" [style=solid, color="#333333"];
  "L2:v0_1_approximate_shape_analysis" -> "L1:constructed.compactness_scores" [style=solid, color="#333333"];
  "L1:constructed.dpg_v0_3_swept" -> "L2:v0_1_municipal_anchoring" [style=solid, color="#333333"];
  "L0:doc.frozen_manifest" -> "L2:build_academic_html" [style=solid, color="#333333"];
  "L0:doc.frozen_manifest" -> "L2:build_cover" [style=solid, color="#333333"];
  "L0:doc.frozen_manifest" -> "L2:build_pdf" [style=solid, color="#333333"];
  "L0:doc.frozen_manifest" -> "L2:check_voice_and_readability" [style=solid, color="#333333"];
  "L0:data.commission_published_populations" -> "L3:finding.a1_mad_majority_3180" [style=solid, color="#333333"];
  "L2:electoral_forensics_population" -> "L3:finding.a1_mad_majority_3180" [style=solid, color="#333333"];
  "L0:data.commission_published_populations" -> "L3:finding.a1_mad_minority_4707" [style=solid, color="#333333"];
  "L2:electoral_forensics_population" -> "L3:finding.a1_mad_minority_4707" [style=solid, color="#333333"];
  "L0:data.commission_published_populations" -> "L3:finding.a1_positive_tail_minority" [style=solid, color="#333333"];
  "L2:electoral_forensics_population" -> "L3:finding.a1_positive_tail_minority" [style=solid, color="#333333"];
  "L0:data.2021_da_populations" -> "L3:finding.a1_plan_b_robustness" [style=dashed, color="#2a7f2a"];
  "L0:data.tbf_population_estimates" -> "L3:finding.a1_plan_b_robustness" [style=dashed, color="#2a7f2a"];
  "L0:data.statscan_1710000901" -> "L3:finding.a1_plan_b_robustness" [style=dashed, color="#2a7f2a"];
  "L2:v0_1_plan_b_rerun" -> "L3:finding.a1_plan_b_robustness" [style=solid, color="#333333"];
  "L0:data.commission_published_populations" -> "L3:finding.a2_calgary_majority_0_36" [style=solid, color="#333333"];
  "L2:electoral_forensics_population" -> "L3:finding.a2_calgary_majority_0_36" [style=solid, color="#333333"];
  "L0:data.commission_published_populations" -> "L3:finding.a2_calgary_minority_12_20" [style=solid, color="#333333"];
  "L2:electoral_forensics_population" -> "L3:finding.a2_calgary_minority_12_20" [style=solid, color="#333333"];
  "L0:data.commission_published_populations" -> "L3:finding.a2_calgary_minority_robustness_7_71" [style=dashed, color="#2a7f2a"];
  "L0:data.2023_statement_of_vote" -> "L3:finding.a2_calgary_minority_robustness_7_71" [style=solid, color="#333333"];
  "L2:electoral_forensics_population" -> "L3:finding.a2_calgary_minority_robustness_7_71" [style=solid, color="#333333"];
  "L0:data.commission_published_populations" -> "L3:finding.a2b_rural_minority_smaller" [style=solid, color="#333333"];
  "L2:electoral_forensics_population" -> "L3:finding.a2b_rural_minority_smaller" [style=solid, color="#333333"];
  "L0:data.electoral_boundaries_act" -> "L3:finding.a3_s15_2_all_pass" [style=solid, color="#333333"];
  "L0:data.commission_final_report_2026" -> "L3:finding.a3_s15_2_all_pass" [style=solid, color="#333333"];
  "L0:data.2021_csd_populations" -> "L3:finding.a3_s15_2_all_pass" [style=dashed, color="#2a7f2a"];
  "L0:data.commission_map_pngs" -> "L3:finding.a3_rmh_banff_engineered" [style=solid, color="#333333"];
  "L0:data.commission_final_report_2026" -> "L3:finding.a3_rmh_banff_engineered" [style=solid, color="#333333"];
  "L0:data.rizzo_rizzo_1998" -> "L3:finding.a3_rmh_banff_engineered" [style=dotted, color="#774a00"];
  "L0:data.2019_election_results" -> "L3:finding.b2_eg_2019_minus_2_64" [style=solid, color="#333333"];
  "L2:packing_cracking_analysis" -> "L3:finding.b2_eg_2019_minus_2_64" [style=solid, color="#333333"];
  "L0:data.2023_statement_of_vote" -> "L3:finding.b2_eg_majority_minus_1_29" [style=solid, color="#333333"];
  "L1:constructed.crosswalk_majority_hybrid" -> "L3:finding.b2_eg_majority_minus_1_29" [style=solid, color="#333333"];
  "L2:packing_cracking_analysis" -> "L3:finding.b2_eg_majority_minus_1_29" [style=solid, color="#333333"];
  "L0:data.2023_statement_of_vote" -> "L3:finding.b2_eg_minority_minus_2_71" [style=solid, color="#333333"];
  "L1:constructed.crosswalk_minority_hybrid" -> "L3:finding.b2_eg_minority_minus_2_71" [style=solid, color="#333333"];
  "L2:packing_cracking_analysis" -> "L3:finding.b2_eg_minority_minus_2_71" [style=solid, color="#333333"];
  "L1:constructed.crosswalk_majority_hybrid" -> "L3:finding.b2_asymmetry_minus_1_42" [style=solid, color="#333333"];
  "L1:constructed.crosswalk_minority_hybrid" -> "L3:finding.b2_asymmetry_minus_1_42" [style=solid, color="#333333"];
  "L2:packing_cracking_analysis" -> "L3:finding.b2_asymmetry_minus_1_42" [style=solid, color="#333333"];
  "L2:monte_carlo_ci" -> "L3:finding.b2_eg_sensitivity_range_0_49_1_50" [style=solid, color="#333333"];
  "L1:constructed.crosswalk_majority_hybrid" -> "L3:finding.b2_eg_sensitivity_range_0_49_1_50" [style=solid, color="#333333"];
  "L1:constructed.crosswalk_minority_hybrid" -> "L3:finding.b2_eg_sensitivity_range_0_49_1_50" [style=solid, color="#333333"];
  "L0:data.commission_final_report_2026" -> "L3:finding.b2_canadian_base_rate_67th" [style=solid, color="#333333"];
  "L1:constructed.canadian_base_rate" -> "L3:finding.b2_canadian_base_rate_67th" [style=solid, color="#333333"];
  "L2:v0_1_canadian_base_rate_recalibrate" -> "L3:finding.b2_canadian_base_rate_67th" [style=solid, color="#333333"];
  "L0:data.2023_statement_of_vote" -> "L3:finding.b3_mean_median_majority" [style=solid, color="#333333"];
  "L1:constructed.crosswalk_majority_hybrid" -> "L3:finding.b3_mean_median_majority" [style=solid, color="#333333"];
  "L2:packing_cracking_analysis" -> "L3:finding.b3_mean_median_majority" [style=solid, color="#333333"];
  "L0:data.2023_statement_of_vote" -> "L3:finding.b3_mean_median_minority" [style=solid, color="#333333"];
  "L1:constructed.crosswalk_minority_hybrid" -> "L3:finding.b3_mean_median_minority" [style=solid, color="#333333"];
  "L2:packing_cracking_analysis" -> "L3:finding.b3_mean_median_minority" [style=solid, color="#333333"];
  "L0:data.2023_statement_of_vote" -> "L3:finding.b4_seats_at_50_majority" [style=solid, color="#333333"];
  "L1:constructed.crosswalk_majority_hybrid" -> "L3:finding.b4_seats_at_50_majority" [style=solid, color="#333333"];
  "L2:packing_cracking_analysis" -> "L3:finding.b4_seats_at_50_majority" [style=solid, color="#333333"];
  "L0:data.2023_statement_of_vote" -> "L3:finding.b4_seats_at_50_minority" [style=solid, color="#333333"];
  "L1:constructed.crosswalk_minority_hybrid" -> "L3:finding.b4_seats_at_50_minority" [style=solid, color="#333333"];
  "L2:packing_cracking_analysis" -> "L3:finding.b4_seats_at_50_minority" [style=solid, color="#333333"];
  "L0:data.2023_statement_of_vote" -> "L3:finding.b6_declination_minority_lowest" [style=solid, color="#333333"];
  "L1:constructed.crosswalk_minority_hybrid" -> "L3:finding.b6_declination_minority_lowest" [style=solid, color="#333333"];
  "L2:packing_cracking_analysis" -> "L3:finding.b6_declination_minority_lowest" [style=solid, color="#333333"];
  "L2:monte_carlo_ci" -> "L3:finding.b2_monte_carlo_ci_crosses_zero" [style=solid, color="#333333"];
  "L1:constructed.crosswalk_majority_hybrid" -> "L3:finding.b2_monte_carlo_ci_crosses_zero" [style=solid, color="#333333"];
  "L1:constructed.crosswalk_minority_hybrid" -> "L3:finding.b2_monte_carlo_ci_crosses_zero" [style=solid, color="#333333"];
  "L0:data.2019_election_results" -> "L3:finding.b2_reversal_2019_votes" [style=solid, color="#333333"];
  "L0:data.2015_election_results" -> "L3:finding.b2_reversal_2019_votes" [style=solid, color="#333333"];
  "L0:data.commission_rationales_text" -> "L3:finding.b2_reversal_2019_votes" [style=solid, color="#333333"];
  "L2:v0_1_2015_cross_election" -> "L3:finding.b2_reversal_2019_votes" [style=solid, color="#333333"];
  "L0:data.338canada_snapshots" -> "L3:finding.b_338_direction_state_dependent" [style=solid, color="#333333"];
  "L0:data.338_historical_snapshots_dir" -> "L3:finding.b_338_direction_state_dependent" [style=solid, color="#333333"];
  "L2:v0_1_338canada_historical" -> "L3:finding.b_338_direction_state_dependent" [style=solid, color="#333333"];
  "L1:constructed.338canada_reallocated" -> "L3:finding.b_338_direction_state_dependent" [style=solid, color="#333333"];
  "L0:data.byelections_2019_2026" -> "L3:finding.b_byelection_assessment" [style=solid, color="#333333"];
  "L0:data.2023_statement_of_vote" -> "L3:finding.b2_chen_rodden_direction_validated" [style=solid, color="#333333"];
  "L2:v0_1_chen_rodden_alberta" -> "L3:finding.b2_chen_rodden_direction_validated" [style=solid, color="#333333"];
  "L1:constructed.mcmc_ensemble_100k" -> "L3:finding.b2_chen_rodden_direction_validated" [style=dashed, color="#2a7f2a"];
  "L0:data.2023_statement_of_vote" -> "L3:finding.b2_chen_rodden_mechanism_fails" [style=solid, color="#333333"];
  "L2:v0_1_chen_rodden_alberta" -> "L3:finding.b2_chen_rodden_mechanism_fails" [style=solid, color="#333333"];
  "L1:constructed.mcmc_ensemble_100k" -> "L3:finding.b2_chen_rodden_pairwise_100_drawing" [style=solid, color="#333333"];
  "L1:constructed.mcmc_real_map_scores" -> "L3:finding.b2_chen_rodden_pairwise_100_drawing" [style=solid, color="#333333"];
  "L2:v0_1_chen_rodden_decomposition" -> "L3:finding.b2_chen_rodden_pairwise_100_drawing" [style=solid, color="#333333"];
  "L1:constructed.mcmc_ensemble_100k" -> "L3:finding.b2_chen_rodden_absolute_draw_components" [style=solid, color="#333333"];
  "L1:constructed.mcmc_real_map_scores" -> "L3:finding.b2_chen_rodden_absolute_draw_components" [style=solid, color="#333333"];
  "L2:v0_1_chen_rodden_decomposition" -> "L3:finding.b2_chen_rodden_absolute_draw_components" [style=solid, color="#333333"];
  "L1:constructed.chen_rodden" -> "L3:finding.b2_chen_rodden_absolute_draw_components" [style=solid, color="#333333"];
  "L1:constructed.mcmc_ensemble_100k" -> "L3:finding.b2_chen_rodden_minority_seats_5_75" [style=solid, color="#333333"];
  "L2:v0_1_chen_rodden_decomposition" -> "L3:finding.b2_chen_rodden_minority_seats_5_75" [style=solid, color="#333333"];
  "L0:data.2023_statement_of_vote" -> "L3:finding.b_marginal_seats_1_5pp_swing" [style=solid, color="#333333"];
  "L2:v0_1_marginal_seats_analysis" -> "L3:finding.b_marginal_seats_1_5pp_swing" [style=solid, color="#333333"];
  "L1:constructed.marginal_seats" -> "L3:finding.b_marginal_seats_1_5pp_swing" [style=solid, color="#333333"];
  "L0:data.2023_statement_of_vote" -> "L3:finding.b_marginal_seats_14_of_87" [style=solid, color="#333333"];
  "L2:v0_1_marginal_seats_analysis" -> "L3:finding.b_marginal_seats_14_of_87" [style=solid, color="#333333"];
  "L1:constructed.crosswalk_majority_hybrid" -> "L3:finding.b2_crosswalk_reading" [style=solid, color="#333333"];
  "L1:constructed.crosswalk_minority_hybrid" -> "L3:finding.b2_crosswalk_reading" [style=solid, color="#333333"];
  "L2:packing_cracking_analysis" -> "L3:finding.b2_crosswalk_reading" [style=solid, color="#333333"];
  "L1:constructed.dpg_v0_1_canonical" -> "L3:finding.b2_spatial_reading_positive_4_15" [style=solid, color="#333333"];
  "L1:constructed.va_substrate_full" -> "L3:finding.b2_spatial_reading_positive_4_15" [style=solid, color="#333333"];
  "L2:v0_1_mcmc_full_coverage_rescore_v2" -> "L3:finding.b2_spatial_reading_positive_4_15" [style=solid, color="#333333"];
  "L1:constructed.phase4c_votes_maup_v1" -> "L3:finding.b2_maup_v1_topology_artefact" [style=solid, color="#333333"];
  "L1:constructed.phase4c_votes_maup_v2" -> "L3:finding.b2_maup_v1_topology_artefact" [style=solid, color="#333333"];
  "L2:v0_1_topology_cleanup" -> "L3:finding.b2_maup_v1_topology_artefact" [style=solid, color="#333333"];
  "L0:data.commission_map_pngs" -> "L3:finding.b2_topology_cleanup_overlap_km2" [style=solid, color="#333333"];
  "L1:constructed.dpg_v0_1_canonical" -> "L3:finding.b2_topology_cleanup_overlap_km2" [style=solid, color="#333333"];
  "L1:constructed.topology_cleanup_log" -> "L3:finding.b2_topology_cleanup_overlap_km2" [style=solid, color="#333333"];
  "L2:v0_1_topology_cleanup" -> "L3:finding.b2_topology_cleanup_overlap_km2" [style=solid, color="#333333"];
  "L1:constructed.dpg_v0_2_topoclean" -> "L3:finding.b2_perturbation_flat_ci" [style=solid, color="#333333"];
  "L1:constructed.dpg_perturbation_flat" -> "L3:finding.b2_perturbation_flat_ci" [style=solid, color="#333333"];
  "L2:v0_1_dpg_perturbation_sensitivity" -> "L3:finding.b2_perturbation_flat_ci" [style=solid, color="#333333"];
  "L1:constructed.dpg_v0_2_topoclean" -> "L3:finding.b2_perturbation_tiered_ci" [style=solid, color="#333333"];
  "L1:constructed.dpg_perturbation_tiered" -> "L3:finding.b2_perturbation_tiered_ci" [style=solid, color="#333333"];
  "L2:v0_1_dpg_perturbation_sensitivity_v2" -> "L3:finding.b2_perturbation_tiered_ci" [style=solid, color="#333333"];
  "L1:constructed.dpg_perturbation_tight" -> "L3:finding.b2_perturbation_tight_ci" [style=solid, color="#333333"];
  "L2:v0_1_dpg_perturbation_sensitivity_v2" -> "L3:finding.b2_perturbation_tight_ci" [style=solid, color="#333333"];
  "L1:constructed.dpg_v0_5_da_anchored" -> "L3:finding.b2_v05_signflip" [style=solid, color="#333333"];
  "L1:constructed.phase4c_votes_maup_v05" -> "L3:finding.b2_v05_signflip" [style=solid, color="#333333"];
  "L1:constructed.dpg_perturbation_v05" -> "L3:finding.b2_v05_signflip" [style=dashed, color="#2a7f2a"];
  "L2:v0_1_dpg_perturbation_sensitivity_v05" -> "L3:finding.b2_v05_signflip" [style=solid, color="#333333"];
  "L0:data.commission_final_report_2026" -> "L3:finding.b2_dpi_ceiling" [style=solid, color="#333333"];
  "L1:constructed.max_dpi_extract" -> "L3:finding.b2_dpi_ceiling" [style=solid, color="#333333"];
  "L2:v0_1_max_dpi_extract" -> "L3:finding.b2_dpi_ceiling" [style=solid, color="#333333"];
  "L2:v0_1_max_dpi_inspect" -> "L3:finding.b2_dpi_ceiling" [style=solid, color="#333333"];
  "L1:constructed.va_substrate_full" -> "L3:finding.b2_core_margin_insulation" [style=solid, color="#333333"];
  "L1:constructed.dpg_v0_1_canonical" -> "L3:finding.b2_core_margin_insulation" [style=solid, color="#333333"];
  "L2:v0_1_mcmc_full_coverage_rescore_v2" -> "L3:finding.b2_core_margin_insulation" [style=solid, color="#333333"];
  "L0:data.commission_published_populations" -> "L3:finding.packing_minority_calgary_zone_a" [style=solid, color="#333333"];
  "L0:data.2023_statement_of_vote" -> "L3:finding.packing_minority_calgary_zone_a" [style=solid, color="#333333"];
  "L2:electoral_forensics_population" -> "L3:finding.packing_minority_calgary_zone_a" [style=solid, color="#333333"];
  "L2:packing_cracking_analysis" -> "L3:finding.packing_minority_calgary_zone_a" [style=solid, color="#333333"];
  "L0:data.commission_published_populations" -> "L3:finding.packing_not_majority_calgary" [style=solid, color="#333333"];
  "L2:electoral_forensics_population" -> "L3:finding.packing_not_majority_calgary" [style=solid, color="#333333"];
  "L2:packing_cracking_analysis" -> "L3:finding.packing_not_majority_calgary" [style=solid, color="#333333"];
  "L0:data.commission_map_pngs" -> "L3:finding.cracking_minority_airdrie" [style=solid, color="#333333"];
  "L0:data.commission_final_report_2026" -> "L3:finding.cracking_minority_airdrie" [style=solid, color="#333333"];
  "L0:data.2021_csd_populations" -> "L3:finding.cracking_minority_airdrie" [style=solid, color="#333333"];
  "L2:packing_cracking_analysis" -> "L3:finding.cracking_minority_airdrie" [style=solid, color="#333333"];
  "L0:data.commission_final_report_2026" -> "L3:finding.cracking_cochrane_c3_fails" [style=solid, color="#333333"];
  "L0:data.2021_csd_populations" -> "L3:finding.cracking_cochrane_c3_fails" [style=solid, color="#333333"];
  "L2:packing_cracking_analysis" -> "L3:finding.cracking_cochrane_c3_fails" [style=solid, color="#333333"];
  "L3:finding.packing_minority_calgary_zone_a" -> "L3:finding.signatures_summary_three_minority" [style=solid, color="#333333"];
  "L3:finding.cracking_minority_airdrie" -> "L3:finding.signatures_summary_three_minority" [style=solid, color="#333333"];
  "L3:finding.a3_rmh_banff_engineered" -> "L3:finding.signatures_summary_three_minority" [style=solid, color="#333333"];
  "L1:constructed.mcmc_ensemble_100k" -> "L3:finding.mcmc_minority_mean_median_p95" [style=solid, color="#333333"];
  "L1:constructed.mcmc_real_map_scores" -> "L3:finding.mcmc_minority_mean_median_p95" [style=solid, color="#333333"];
  "L1:constructed.crosswalk_minority_full" -> "L3:finding.mcmc_minority_mean_median_p95" [style=solid, color="#333333"];
  "L2:v0_1_mcmc_full_coverage_rescore_100k" -> "L3:finding.mcmc_minority_mean_median_p95" [style=solid, color="#333333"];
  "L1:constructed.mcmc_ensemble_100k" -> "L3:finding.mcmc_minority_declination_p1_6" [style=solid, color="#333333"];
  "L1:constructed.mcmc_real_map_scores" -> "L3:finding.mcmc_minority_declination_p1_6" [style=solid, color="#333333"];
  "L2:v0_1_mcmc_full_coverage_rescore_100k" -> "L3:finding.mcmc_minority_declination_p1_6" [style=solid, color="#333333"];
  "L1:constructed.mcmc_ensemble_100k" -> "L3:finding.mcmc_structural_floor" [style=solid, color="#333333"];
  "L2:v0_1_mcmc_ensemble_100k" -> "L3:finding.mcmc_structural_floor" [style=solid, color="#333333"];
  "L1:constructed.mcmc_multichain" -> "L3:finding.mcmc_multichain_rhat" [style=solid, color="#333333"];
  "L1:constructed.mcmc_ensemble_100k" -> "L3:finding.mcmc_ess_150_downgrade" [style=solid, color="#333333"];
  "L2:v0_1_mcmc_ensemble_100k" -> "L3:finding.mcmc_ess_150_downgrade" [style=solid, color="#333333"];
  "L1:constructed.mcmc_ensemble_10k" -> "L3:finding.mcmc_10k_flag_retraction" [style=solid, color="#333333"];
  "L1:constructed.mcmc_ensemble_100k" -> "L3:finding.mcmc_10k_flag_retraction" [style=solid, color="#333333"];
  "L2:v0_1_mcmc_full_coverage_rescore_100k" -> "L3:finding.mcmc_10k_flag_retraction" [style=dotted, color="#774a00"];
  "L3:finding.signatures_summary_three_minority" -> "L3:finding.checklist_minority_3_sig_plus_mcmc" [style=solid, color="#333333"];
  "L3:finding.mcmc_minority_mean_median_p95" -> "L3:finding.checklist_minority_3_sig_plus_mcmc" [style=solid, color="#333333"];
  "L3:finding.mcmc_minority_declination_p1_6" -> "L3:finding.checklist_minority_3_sig_plus_mcmc" [style=solid, color="#333333"];
  "L3:finding.signatures_summary_three_minority" -> "L3:finding.checklist_neither_crosses_sure_sign" [style=solid, color="#333333"];
  "L3:finding.mcmc_minority_declination_p1_6" -> "L3:finding.checklist_neither_crosses_sure_sign" [style=dashed, color="#2a7f2a"];
  "L0:data.commission_published_populations" -> "L3:finding.symmetry_edmonton_no_zone_gap" [style=solid, color="#333333"];
  "L1:constructed.symmetry_counter_test" -> "L3:finding.symmetry_edmonton_no_zone_gap" [style=solid, color="#333333"];
  "L2:v0_1_majority_symmetry_counter_test" -> "L3:finding.symmetry_edmonton_no_zone_gap" [style=solid, color="#333333"];
  "L0:data.commission_final_report_2026" -> "L3:finding.symmetry_lethbridge_red_deer_4way" [style=solid, color="#333333"];
  "L0:data.2021_csd_populations" -> "L3:finding.symmetry_lethbridge_red_deer_4way" [style=solid, color="#333333"];
  "L1:constructed.symmetry_counter_test" -> "L3:finding.symmetry_lethbridge_red_deer_4way" [style=solid, color="#333333"];
  "L2:v0_1_majority_symmetry_counter_test" -> "L3:finding.symmetry_lethbridge_red_deer_4way" [style=solid, color="#333333"];
  "L3:finding.b3_mean_median_minority" -> "L3:finding.rt2_b_family_three_of_four" [style=dashed, color="#2a7f2a"];
  "L3:finding.b4_seats_at_50_minority" -> "L3:finding.rt2_b_family_three_of_four" [style=dashed, color="#2a7f2a"];
  "L3:finding.b6_declination_minority_lowest" -> "L3:finding.rt2_b_family_three_of_four" [style=dashed, color="#2a7f2a"];
  "L3:finding.mcmc_minority_mean_median_p95" -> "L3:finding.rt7_flag_pass_minority_only" [style=solid, color="#333333"];
  "L3:finding.mcmc_minority_declination_p1_6" -> "L3:finding.rt7_flag_pass_minority_only" [style=solid, color="#333333"];
  "L0:data.commission_map_pngs" -> "L3:finding.c_visual_three_anomalies_minority" [style=solid, color="#333333"];
  "L0:data.commission_final_report_2026" -> "L3:finding.c_visual_three_anomalies_minority" [style=dashed, color="#2a7f2a"];
  "L0:data.commission_map_pngs" -> "L3:finding.c_majority_calgary_symmetric" [style=solid, color="#333333"];
  "L0:data.2021_csds_gpkg" -> "L3:finding.c4_csd_splits_null_symmetric" [style=solid, color="#333333"];
  "L0:data.2019_ed_shapefile" -> "L3:finding.c4_csd_splits_null_symmetric" [style=solid, color="#333333"];
  "L1:constructed.csd_splits" -> "L3:finding.c4_csd_splits_null_symmetric" [style=solid, color="#333333"];
  "L2:v0_1_csd_community_splits" -> "L3:finding.c4_csd_splits_null_symmetric" [style=solid, color="#333333"];
  "L0:data.2021_csds_gpkg" -> "L3:finding.c5_municipal_anchoring_asymmetry" [style=solid, color="#333333"];
  "L1:constructed.dpg_v0_2_topoclean" -> "L3:finding.c5_municipal_anchoring_asymmetry" [style=solid, color="#333333"];
  "L1:constructed.dpg_v0_4_municipal" -> "L3:finding.c5_municipal_anchoring_asymmetry" [style=solid, color="#333333"];
  "L1:constructed.municipal_anchoring_summary" -> "L3:finding.c5_municipal_anchoring_asymmetry" [style=solid, color="#333333"];
  "L2:v0_1_municipal_anchoring" -> "L3:finding.c5_municipal_anchoring_asymmetry" [style=solid, color="#333333"];
  "L0:data.2021_das_gpkg" -> "L3:finding.c5_da_anchoring_extension" [style=solid, color="#333333"];
  "L1:constructed.dpg_v0_4_municipal" -> "L3:finding.c5_da_anchoring_extension" [style=solid, color="#333333"];
  "L1:constructed.dpg_v0_5_da_anchored" -> "L3:finding.c5_da_anchoring_extension" [style=solid, color="#333333"];
  "L1:constructed.da_anchoring_summary" -> "L3:finding.c5_da_anchoring_extension" [style=solid, color="#333333"];
  "L2:v0_1_da_boundary_anchoring" -> "L3:finding.c5_da_anchoring_extension" [style=solid, color="#333333"];
  "L0:data.commission_final_report_2026" -> "L3:finding.c_shared_schools_refuted" [style=solid, color="#333333"];
  "L0:data.school_division_boundaries" -> "L3:finding.c_shared_schools_refuted" [style=solid, color="#333333"];
  "L0:data.cochrane_journey_to_work" -> "L3:finding.c_cochrane_commuter_partial" [style=solid, color="#333333"];
  "L0:data.commission_final_report_2026" -> "L3:finding.d_commission_3_2_split" [style=solid, color="#333333"];
  "L0:data.news_coverage_april_2026" -> "L3:finding.d_motion_19_passed" [style=solid, color="#333333"];
  "L0:data.commission_r5_addendum" -> "L3:finding.d_r5_chair_only_not_majority" [style=solid, color="#333333"];
  "L0:data.news_coverage_april_2026" -> "L3:finding.d_r5_chair_only_not_majority" [style=dashed, color="#2a7f2a"];
  "L0:data.news_coverage_april_2026" -> "L3:finding.d_motion_19_most_gov_controlled" [style=solid, color="#333333"];
  "L0:data.commission_final_report_2026" -> "L3:finding.d_motion_19_most_gov_controlled" [style=solid, color="#333333"];
  "L0:data.submission_archive" -> "L3:finding.d2_chair_claim_partially_refuted" [style=solid, color="#333333"];
  "L1:constructed.submission_search_results" -> "L3:finding.d2_chair_claim_partially_refuted" [style=solid, color="#333333"];
  "L0:data.commission_final_report_2026" -> "L3:finding.d2_chair_claim_partially_refuted" [style=solid, color="#333333"];
  "L0:data.submission_archive" -> "L3:finding.d2_airdrie_nolan_hill_no_support" [style=solid, color="#333333"];
  "L1:constructed.submission_search_results" -> "L3:finding.d2_airdrie_nolan_hill_no_support" [style=solid, color="#333333"];
  "L0:data.ref_saskatchewan_1991" -> "L3:finding.d5_effective_representation_not_adjudicated" [style=solid, color="#333333"];
  "L3:finding.a1_mad_minority_4707" -> "L3:finding.synthesis_six_dimensions" [style=dashed, color="#2a7f2a"];
  "L3:finding.a2_calgary_minority_12_20" -> "L3:finding.synthesis_six_dimensions" [style=dashed, color="#2a7f2a"];
  "L3:finding.a2b_rural_minority_smaller" -> "L3:finding.synthesis_six_dimensions" [style=dashed, color="#2a7f2a"];
  "L3:finding.b2_asymmetry_minus_1_42" -> "L3:finding.synthesis_six_dimensions" [style=dashed, color="#2a7f2a"];
  "L3:finding.signatures_summary_three_minority" -> "L3:finding.synthesis_six_dimensions" [style=dashed, color="#2a7f2a"];
  "L3:finding.c_visual_three_anomalies_minority" -> "L3:finding.synthesis_six_dimensions" [style=dashed, color="#2a7f2a"];
  "L3:finding.c5_municipal_anchoring_asymmetry" -> "L3:finding.synthesis_six_dimensions" [style=dashed, color="#2a7f2a"];
  "L3:finding.d_motion_19_most_gov_controlled" -> "L3:finding.synthesis_six_dimensions" [style=dashed, color="#2a7f2a"];
  "L0:data.commission_final_report_2026" -> "L1:constructed.crosswalk_majority_hybrid" [style=solid, color="#333333"];
  "L0:data.2019_ed_shapefile" -> "L1:constructed.crosswalk_majority_hybrid" [style=solid, color="#333333"];
  "L0:data.commission_final_report_2026" -> "L1:constructed.crosswalk_minority_hybrid" [style=solid, color="#333333"];
  "L0:data.2019_ed_shapefile" -> "L1:constructed.crosswalk_minority_hybrid" [style=solid, color="#333333"];
  "L0:data.commission_final_report_2026" -> "L1:constructed.approximate_eds" [style=solid, color="#333333"];
  "L0:data.commission_map_pngs" -> "L1:constructed.approximate_eds" [style=solid, color="#333333"];
  "L0:data.2019_ed_shapefile" -> "L1:constructed.approximate_eds" [style=solid, color="#333333"];
  "L0:data.commission_final_report_2026" -> "L1:constructed.refined_eds_v6" [style=solid, color="#333333"];
  "L0:data.commission_map_pngs" -> "L1:constructed.refined_eds_v6" [style=solid, color="#333333"];
  "L0:data.commission_final_report_2026" -> "L1:constructed.derived_v7_eds" [style=solid, color="#333333"];
  "L0:data.commission_map_pngs" -> "L1:constructed.derived_v7_eds" [style=solid, color="#333333"];
  "L0:data.2023_statement_of_vote" -> "L1:constructed.va_substrate_elecday" [style=solid, color="#333333"];
  "L0:data.2023_va_shapefile" -> "L1:constructed.va_substrate_elecday" [style=solid, color="#333333"];
  "L0:data.2023_statement_of_vote" -> "L1:constructed.va_substrate_full" [style=solid, color="#333333"];
  "L0:data.2023_va_shapefile" -> "L1:constructed.va_substrate_full" [style=solid, color="#333333"];
  "L0:data.2021_da_populations" -> "L1:constructed.va_pop_from_das" [style=solid, color="#333333"];
  "L0:data.2021_das_gpkg" -> "L1:constructed.va_pop_from_das" [style=solid, color="#333333"];
  "L0:data.2023_va_shapefile" -> "L1:constructed.va_pop_from_das" [style=solid, color="#333333"];
  "L0:data.commission_final_report_2026" -> "L0:data.commission_published_populations" [style=solid, color="#333333"];
  "L0:data.commission_final_report_2026" -> "L0:data.commission_rationales" [style=solid, color="#333333"];
  "L0:data.commission_final_report_2026" -> "L0:data.commission_r5_addendum" [style=solid, color="#333333"];
  "L0:data.commission_final_report_2017" -> "L0:data.2019_ed_populations" [style=solid, color="#333333"];
  "L0:data.2021_da_populations" -> "L0:data.2019_ed_populations" [style=dashed, color="#2a7f2a"];
  "L0:data.2015_statement_of_vote" -> "L0:data.2015_election_results" [style=solid, color="#333333"];
  "L0:data.338canada_snapshots" -> "L0:data.338_historical_snapshots_dir" [style=dashed, color="#2a7f2a"];
  "L1:constructed.phase4f_validation" -> "L1:constructed.phase4b_pops" [style=dotted, color="#774a00"];
  "L1:constructed.phase4f_validation" -> "L1:constructed.phase4c_votes" [style=dotted, color="#774a00"];
  "L0:doc.frozen_manifest" -> "L0:data.2023_statement_of_vote" [style=dotted, color="#774a00"];
  "L0:doc.frozen_manifest" -> "L0:data.2015_statement_of_vote" [style=dotted, color="#774a00"];
  "L0:doc.frozen_manifest" -> "L0:data.commission_final_report_2026" [style=dotted, color="#774a00"];
  "L0:doc.frozen_manifest" -> "L0:data.commission_final_report_2017" [style=dotted, color="#774a00"];
  "L0:doc.frozen_manifest" -> "L0:data.commission_map_pngs" [style=dotted, color="#774a00"];
  "L0:doc.frozen_manifest" -> "L0:data.2019_ed_shapefile" [style=dotted, color="#774a00"];
  "L0:doc.frozen_manifest" -> "L0:data.2023_va_shapefile" [style=dotted, color="#774a00"];
  "L0:doc.frozen_manifest" -> "L0:data.2021_das_gpkg" [style=dotted, color="#774a00"];
  "L0:doc.frozen_manifest" -> "L0:data.2021_csds_gpkg" [style=dotted, color="#774a00"];
  "L0:doc.frozen_manifest" -> "L0:data.2021_da_populations" [style=dotted, color="#774a00"];
  "L0:doc.frozen_manifest" -> "L0:data.2021_csd_populations" [style=dotted, color="#774a00"];
  "L0:doc.frozen_manifest" -> "L0:data.statscan_1710000901" [style=dotted, color="#774a00"];
  "L0:doc.frozen_manifest" -> "L0:data.cochrane_journey_to_work" [style=dotted, color="#774a00"];
  "L0:doc.frozen_manifest" -> "L0:data.tbf_population_estimates" [style=dotted, color="#774a00"];
  "L0:doc.frozen_manifest" -> "L0:data.338canada_snapshots" [style=dotted, color="#774a00"];
  "L0:doc.frozen_manifest" -> "L0:data.calgary_wards_geojson" [style=dotted, color="#774a00"];
  "L0:doc.frozen_manifest" -> "L0:data.submission_archive" [style=dotted, color="#774a00"];
  "L0:doc.frozen_manifest" -> "L0:data.commission_published_populations" [style=dotted, color="#774a00"];
  "L0:doc.frozen_manifest" -> "L0:data.commission_rationales" [style=dotted, color="#774a00"];
  "L0:doc.frozen_manifest" -> "L0:data.2019_ed_populations" [style=dotted, color="#774a00"];
  "L0:doc.frozen_manifest" -> "L0:data.2019_election_results" [style=dotted, color="#774a00"];
  "L0:doc.frozen_manifest" -> "L0:data.2015_election_results" [style=dotted, color="#774a00"];
  "L0:doc.frozen_manifest" -> "L0:data.byelections_2019_2026" [style=dotted, color="#774a00"];
  "L0:doc.frozen_manifest" -> "L0:data.commission_rationales_text" [style=dotted, color="#774a00"];
  "L0:doc.frozen_manifest" -> "L0:data.commission_r5_addendum" [style=dotted, color="#774a00"];
  "L0:doc.frozen_manifest" -> "L0:data.news_coverage_april_2026" [style=dotted, color="#774a00"];
  "L0:doc.frozen_manifest" -> "L0:data.ref_saskatchewan_1991" [style=dotted, color="#774a00"];
  "L0:doc.frozen_manifest" -> "L0:data.electoral_boundaries_act" [style=dotted, color="#774a00"];
  "L0:doc.frozen_manifest" -> "L0:data.rizzo_rizzo_1998" [style=dotted, color="#774a00"];
  "L0:doc.frozen_manifest" -> "L0:data.338_historical_snapshots_dir" [style=dotted, color="#774a00"];
  "L0:doc.frozen_manifest" -> "L0:data.school_division_boundaries" [style=dotted, color="#774a00"];
}
